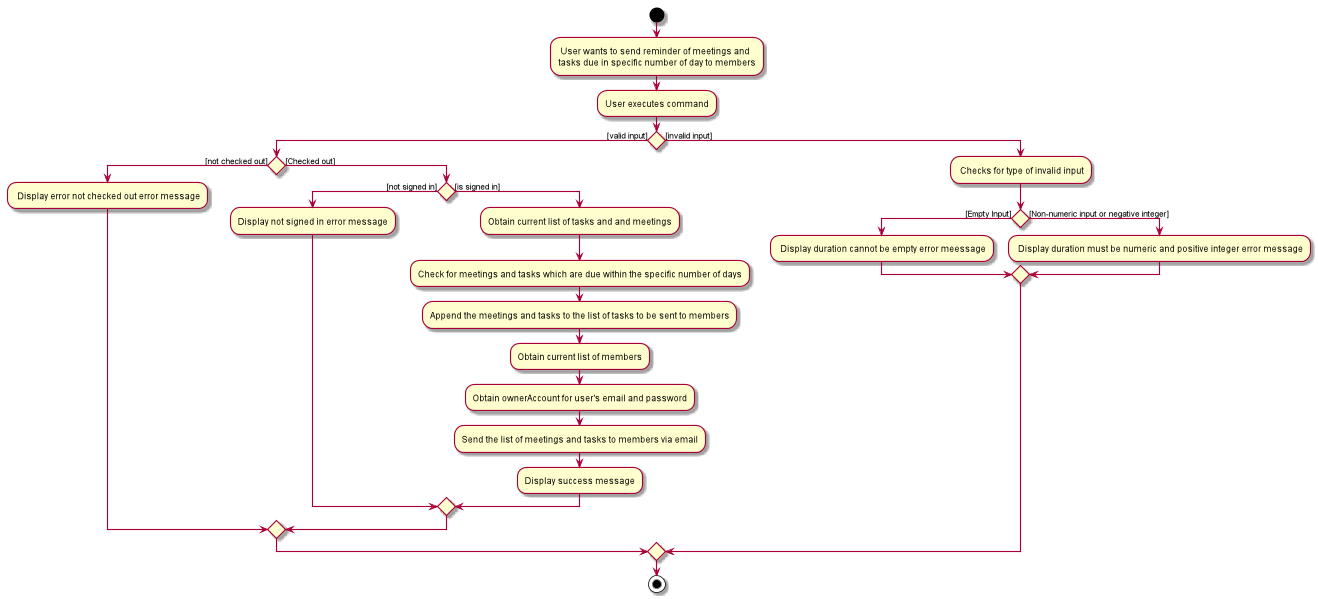
nus-cs2103-AY1920S1/addressbook-level3 keeps this PlantUML diagram as docs/images/SendReminderActivityDiagram.png. Above is the earlier version.
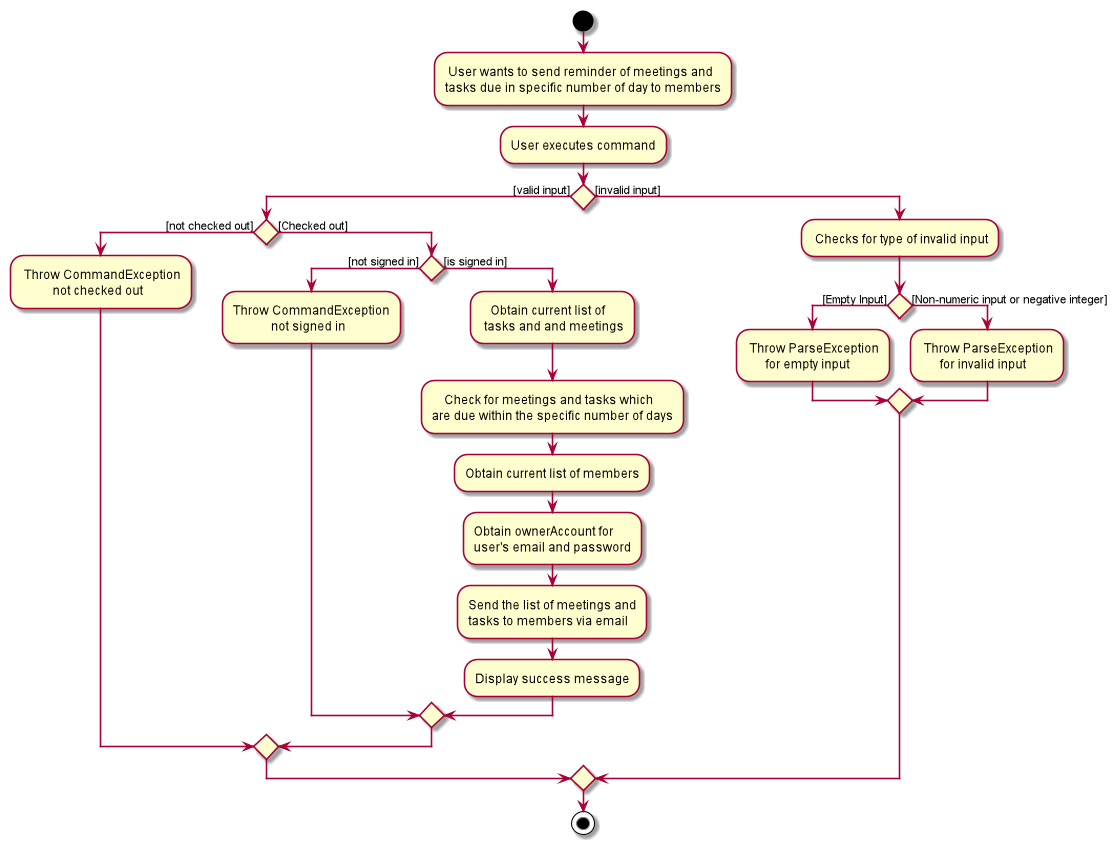
Above is the later version.

Diff of the diagram source:
```diff
@@ -7,18 +7,25 @@
 if () then ([valid input])
 
 if () then ([not checked out])
-: Display error not checked out error message;
+: Throw CommandException
+          not checked out;
 
 else ([Checked out])
+
+
 if () then ([not signed in])
-:Display not signed in error message;
+:Throw CommandException
+            not signed in;
 else ([is signed in])
-:Obtain current list of tasks and and meetings;
-:Check for meetings and tasks which are due within the specific number of days;
-:Append the meetings and tasks to the list of tasks to be sent to members;
+:   Obtain current list of
+ tasks and and meetings;
+:    Check for meetings and tasks which
+are due within the specific number of days;
 :Obtain current list of members;
-:Obtain ownerAccount for user's email and password;
-:Send the list of meetings and tasks to members via email;
+:Obtain ownerAccount for
+user's email and password;
+:Send the list of meetings and
+tasks to members via email;
 :Display success message;
 endif
 endif
@@ -26,9 +33,11 @@
 else ([invalid input])
 : Checks for type of invalid input;
 if () then ([Empty Input])
-: Display duration cannot be empty error meessage;
+: Throw ParseException
+      for empty input;
 else ([Non-numeric input or negative integer])
-: Display duration must be numeric and positive integer error message;
+: Throw ParseException
+      for invalid input;
 endif
 endif
 stop
```
